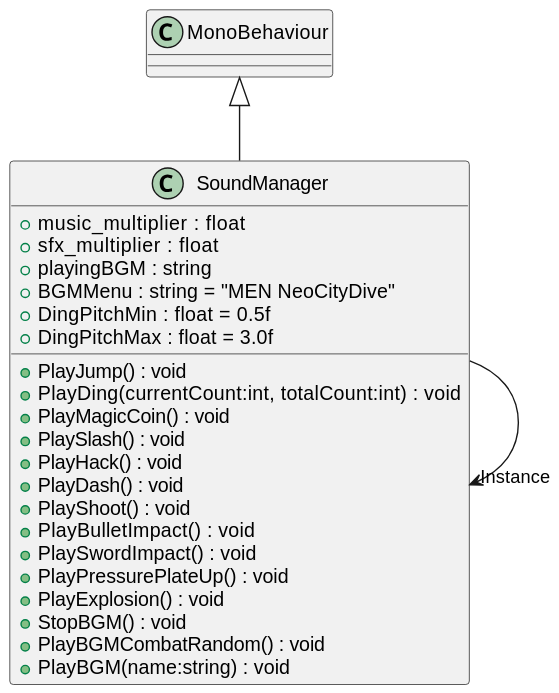
Earlier version of the PlantUML export UML/Manager/SoundManager.svg (KawinM23/TakeControl).
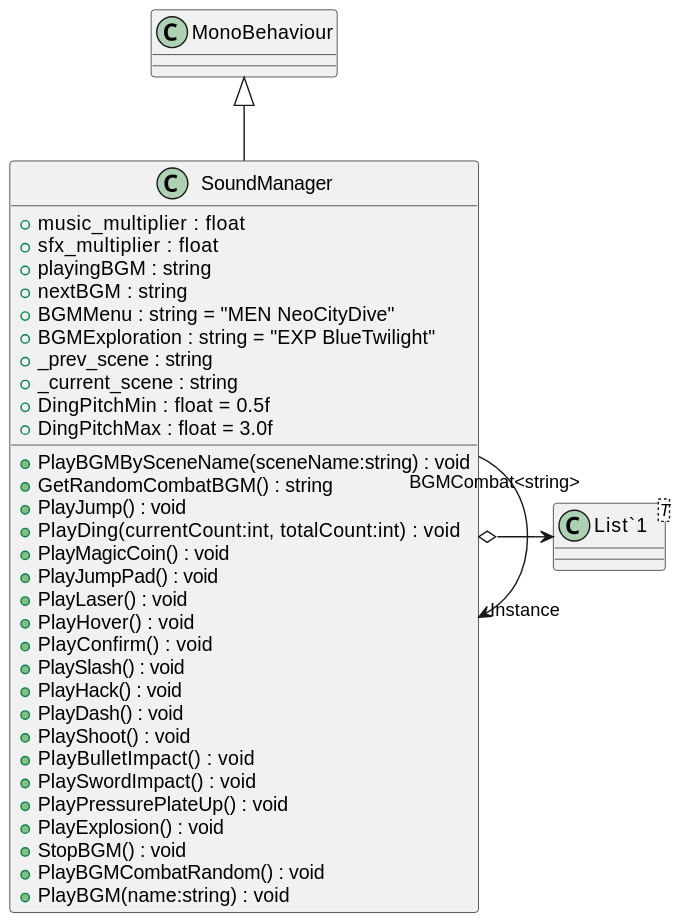
After the commit.

Commit message:
ci: generate uml (Generate UML)

The edit, as a diff of the source:
```diff
@@ -3,12 +3,22 @@
     + music_multiplier : float
     + sfx_multiplier : float
     + playingBGM : string
+    + nextBGM : string
     + BGMMenu : string = "MEN NeoCityDive"
+    + BGMExploration : string = "EXP BlueTwilight"
+    + _prev_scene : string
+    + _current_scene : string
     + DingPitchMin : float = 0.5f
     + DingPitchMax : float = 3.0f
+    + PlayBGMBySceneName(sceneName:string) : void
+    + GetRandomCombatBGM() : string
     + PlayJump() : void
     + PlayDing(currentCount:int, totalCount:int) : void
     + PlayMagicCoin() : void
+    + PlayJumpPad() : void
+    + PlayLaser() : void
+    + PlayHover() : void
+    + PlayConfirm() : void
     + PlaySlash() : void
     + PlayHack() : void
     + PlayDash() : void
@@ -21,6 +31,9 @@
     + PlayBGMCombatRandom() : void
     + PlayBGM(name:string) : void
 }
+class "List`1"<T> {
+}
 MonoBehaviour <|-- SoundManager
 SoundManager --> "Instance" SoundManager
+SoundManager o-> "BGMCombat<string>" "List`1"
 @enduml
```
